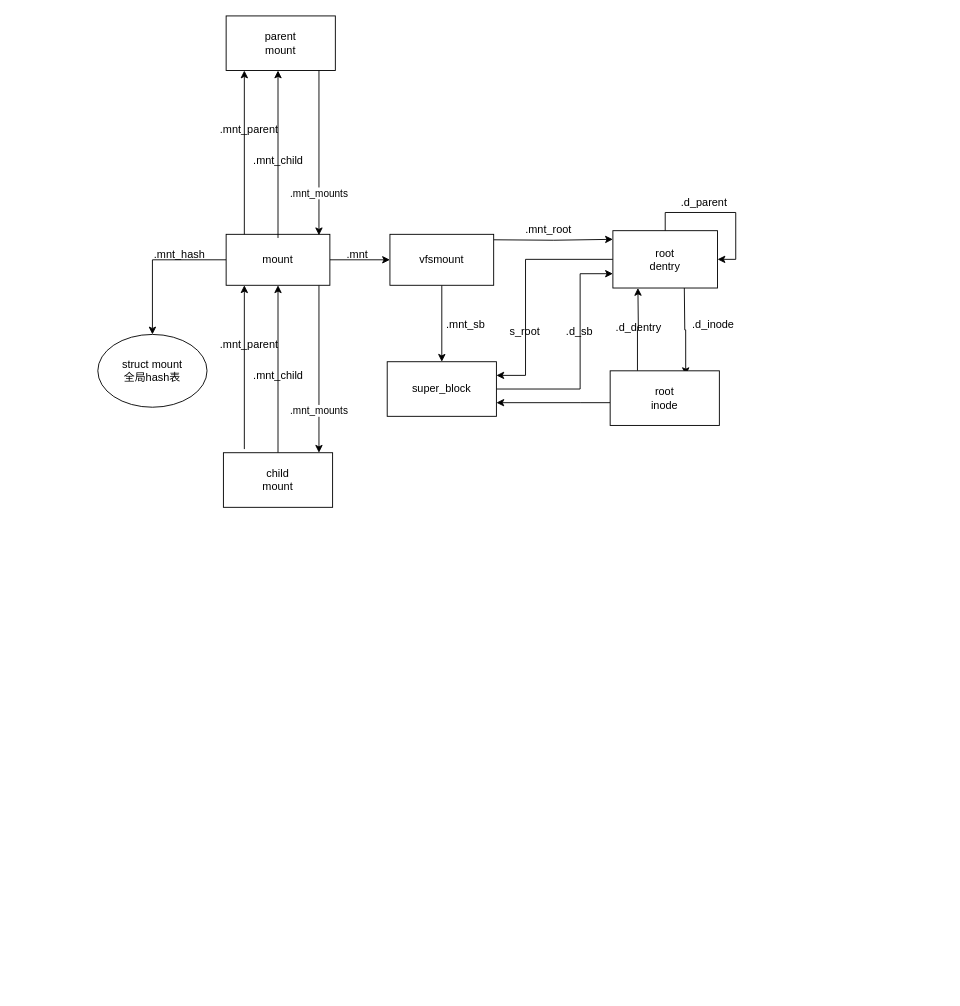
Above: page "第 1 页" (1 of 2) of images/mount.drawio in Leakbox258/leakbox258.github.io (draw.io), before the change. Source tidied: cells renumbered, new cells numbered last; positions are measured from the earlier drawing's top-left corner, leaving out a move shared by most shapes. Both pictures are drawn from the tidied source at 91%, with x=0, y=0 at pixel (97, 15).
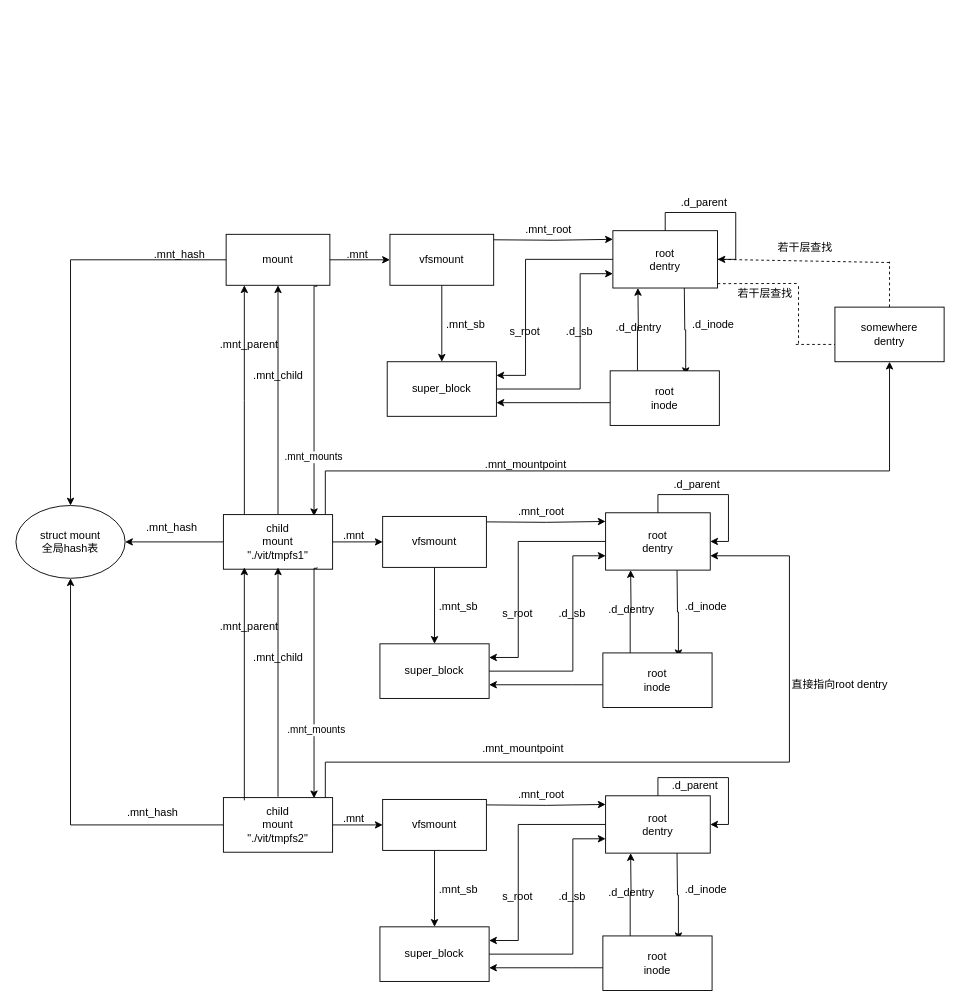
The same page after the edit.

Unchanged cells that the change refers to:
```xml
<mxCell id="12" value="root&lt;div&gt;dentry&lt;/div&gt;" style="rounded=0;whiteSpace=wrap;html=1;" parent="1" vertex="1">
  <mxGeometry x="566" y="236" width="115" height="63" as="geometry" />
</mxCell>
```

The edit, as a diff of the source:
```diff
@@
-    <mxCell id="4" style="edgeStyle=orthogonalEdgeStyle;rounded=0;orthogonalLoop=1;jettySize=auto;html=1;" parent="1" edge="1">
+    <mxCell id="4" style="edgeStyle=orthogonalEdgeStyle;rounded=0;orthogonalLoop=1;jettySize=auto;html=1;entryX=0.847;entryY=0.061;entryDx=0;entryDy=0;entryPerimeter=0;" parent="1" edge="1">
       <mxGeometry relative="1" as="geometry">
-        <mxPoint x="243" y="296" as="sourcePoint" />
-        <mxPoint x="243" y="480" as="targetPoint" />
+        <mxPoint x="241" y="296" as="sourcePoint" />
+        <mxPoint x="237.6" y="549.7" as="targetPoint" />
+        <Array as="points">
+          <mxPoint x="241" y="297" />
+          <mxPoint x="238" y="297" />
+        </Array>
       </mxGeometry>
     </mxCell>
@@
     <mxCell id="18" value="struct mount&lt;div&gt;全局hash表&lt;/div&gt;" style="ellipse;whiteSpace=wrap;html=1;" parent="1" vertex="1">
-      <mxGeometry y="350" width="120" height="80" as="geometry" />
+      <mxGeometry x="-90" y="538" width="120" height="80" as="geometry" />
     </mxCell>
@@
-    <mxCell id="29" style="edgeStyle=orthogonalEdgeStyle;rounded=0;orthogonalLoop=1;jettySize=auto;html=1;" parent="1" edge="1">
+    <mxCell id="29" style="edgeStyle=orthogonalEdgeStyle;rounded=0;jettySize=auto;html=1;exitX=0.192;exitY=0.067;exitDx=0;exitDy=0;exitPerimeter=0;" parent="1" edge="1" source="31">
       <mxGeometry relative="1" as="geometry">
-        <mxPoint x="161" y="476" as="sourcePoint" />
         <mxPoint x="161" y="296" as="targetPoint" />
       </mxGeometry>
     </mxCell>
@@
+    <mxCell id="41" style="edgeStyle=orthogonalEdgeStyle;rounded=0;jettySize=auto;html=1;entryX=0;entryY=0.5;entryDx=0;entryDy=0;" parent="1" edge="1" source="31" target="46">
+      <mxGeometry relative="1" as="geometry" />
+    </mxCell>
+    <mxCell id="42" style="edgeStyle=orthogonalEdgeStyle;rounded=0;jettySize=auto;html=1;entryX=0.5;entryY=1;entryDx=0;entryDy=0;" parent="1" edge="1" source="31" target="63">
+      <mxGeometry relative="1" as="geometry">
+        <Array as="points">
+          <mxPoint x="250" y="500" />
+          <mxPoint x="870" y="500" />
+        </Array>
+      </mxGeometry>
+    </mxCell>
+    <mxCell id="43" style="edgeStyle=orthogonalEdgeStyle;rounded=0;jettySize=auto;html=1;entryX=1;entryY=0.5;entryDx=0;entryDy=0;" parent="1" edge="1" source="31" target="18">
+      <mxGeometry relative="1" as="geometry" />
+    </mxCell>
-    <mxCell id="31" value="child&lt;div&gt;mount&lt;/div&gt;" style="rounded=0;whiteSpace=wrap;html=1;" parent="1" vertex="1">
-      <mxGeometry x="138" y="480" width="120" height="60" as="geometry" />
+    <mxCell id="31" value="child&lt;div&gt;&lt;div&gt;mount&lt;/div&gt;&lt;/div&gt;&lt;div&gt;&quot;./vit/tmpfs1&quot;&lt;/div&gt;" style="rounded=0;whiteSpace=wrap;html=1;" parent="1" vertex="1">
+      <mxGeometry x="138" y="548" width="120" height="60" as="geometry" />
     </mxCell>
@@
-    <mxCell id="34" style="edgeStyle=orthogonalEdgeStyle;rounded=0;orthogonalLoop=1;jettySize=auto;html=1;" parent="1" edge="1">
-      <mxGeometry relative="1" as="geometry">
-        <mxPoint x="243" y="57" as="sourcePoint" />
-        <mxPoint x="243" y="241" as="targetPoint" />
-      </mxGeometry>
-    </mxCell>
+    <mxCell id="44" style="edgeStyle=orthogonalEdgeStyle;rounded=0;orthogonalLoop=1;jettySize=auto;html=1;entryX=0;entryY=0.5;entryDx=0;entryDy=0;" parent="1" edge="1">
+      <mxGeometry relative="1" as="geometry">
+        <mxPoint x="427" y="556" as="sourcePoint" />
+        <mxPoint x="558" y="555.5" as="targetPoint" />
+      </mxGeometry>
+    </mxCell>
+    <mxCell id="45" style="edgeStyle=orthogonalEdgeStyle;rounded=0;jettySize=auto;html=1;" parent="1" edge="1" source="46" target="54">
+      <mxGeometry relative="1" as="geometry" />
+    </mxCell>
+    <mxCell id="46" value="vfsmount" style="rounded=0;whiteSpace=wrap;html=1;" parent="1" vertex="1">
+      <mxGeometry x="313" y="550" width="114" height="56" as="geometry" />
+    </mxCell>
+    <mxCell id="47" style="edgeStyle=orthogonalEdgeStyle;rounded=0;jettySize=auto;html=1;entryX=0.692;entryY=0.078;entryDx=0;entryDy=0;entryPerimeter=0;" parent="1" edge="1" target="52">
+      <mxGeometry relative="1" as="geometry">
+        <mxPoint x="636.5" y="609" as="sourcePoint" />
+      </mxGeometry>
+    </mxCell>
+    <mxCell id="48" style="edgeStyle=orthogonalEdgeStyle;rounded=0;jettySize=auto;html=1;entryX=1;entryY=0.25;entryDx=0;entryDy=0;" parent="1" edge="1" source="49" target="54">
+      <mxGeometry relative="1" as="geometry">
+        <Array as="points">
+          <mxPoint x="462" y="578" />
+          <mxPoint x="462" y="705" />
+        </Array>
+      </mxGeometry>
+    </mxCell>
+    <mxCell id="49" value="root&lt;div&gt;dentry&lt;/div&gt;" style="rounded=0;whiteSpace=wrap;html=1;" parent="1" vertex="1">
+      <mxGeometry x="558" y="546" width="115" height="63" as="geometry" />
+    </mxCell>
+    <mxCell id="50" style="edgeStyle=orthogonalEdgeStyle;rounded=0;jettySize=auto;html=1;entryX=0.5;entryY=1;entryDx=0;entryDy=0;exitX=0.25;exitY=0;exitDx=0;exitDy=0;" parent="1" edge="1" source="52">
+      <mxGeometry relative="1" as="geometry">
+        <mxPoint x="585.5" y="609" as="targetPoint" />
+      </mxGeometry>
+    </mxCell>
+    <mxCell id="51" style="edgeStyle=orthogonalEdgeStyle;rounded=0;jettySize=auto;html=1;entryX=1;entryY=0.75;entryDx=0;entryDy=0;" parent="1" edge="1" source="52" target="54">
+      <mxGeometry relative="1" as="geometry">
+        <Array as="points">
+          <mxPoint x="522" y="735" />
+          <mxPoint x="522" y="735" />
+        </Array>
+      </mxGeometry>
+    </mxCell>
+    <mxCell id="52" value="&lt;div&gt;root&lt;/div&gt;&lt;div&gt;inode&lt;/div&gt;" style="rounded=0;whiteSpace=wrap;html=1;" parent="1" vertex="1">
+      <mxGeometry x="555" y="700" width="120" height="60" as="geometry" />
+    </mxCell>
+    <mxCell id="53" style="edgeStyle=orthogonalEdgeStyle;rounded=0;jettySize=auto;html=1;entryX=0;entryY=0.75;entryDx=0;entryDy=0;" parent="1" edge="1" source="54" target="49">
+      <mxGeometry relative="1" as="geometry">
+        <Array as="points">
+          <mxPoint x="522" y="720" />
+          <mxPoint x="522" y="593" />
+        </Array>
+      </mxGeometry>
+    </mxCell>
+    <mxCell id="54" value="super_block" style="rounded=0;whiteSpace=wrap;html=1;" parent="1" vertex="1">
+      <mxGeometry x="310" y="690" width="120" height="60" as="geometry" />
+    </mxCell>
+    <mxCell id="55" style="edgeStyle=orthogonalEdgeStyle;rounded=0;orthogonalLoop=1;jettySize=auto;html=1;entryX=1;entryY=0.5;entryDx=0;entryDy=0;" parent="1" edge="1" source="49" target="49">
+      <mxGeometry relative="1" as="geometry" />
+    </mxCell>
+    <mxCell id="56" value=".d_parent" style="text;html=1;align=center;verticalAlign=middle;strokeColor=none;fillColor=none;" parent="1" vertex="1">
+      <mxGeometry x="623" y="500" width="70" height="30" as="geometry" />
+    </mxCell>
+    <mxCell id="57" value=".mnt_root" style="text;html=1;align=center;verticalAlign=middle;strokeColor=none;fillColor=none;" parent="1" vertex="1">
+      <mxGeometry x="452" y="530" width="70" height="30" as="geometry" />
+    </mxCell>
+    <mxCell id="58" value=".d_dentry" style="text;html=1;align=center;verticalAlign=middle;strokeColor=none;fillColor=none;" parent="1" vertex="1">
+      <mxGeometry x="551" y="638" width="70" height="30" as="geometry" />
+    </mxCell>
+    <mxCell id="59" value=".d_inode" style="text;html=1;align=center;verticalAlign=middle;strokeColor=none;fillColor=none;" parent="1" vertex="1">
+      <mxGeometry x="633" y="634" width="70" height="30" as="geometry" />
+    </mxCell>
+    <mxCell id="60" value=".mnt_sb" style="text;html=1;align=center;verticalAlign=middle;strokeColor=none;fillColor=none;" parent="1" vertex="1">
+      <mxGeometry x="361" y="634" width="70" height="30" as="geometry" />
+    </mxCell>
+    <mxCell id="61" value=".d_sb" style="text;html=1;align=center;verticalAlign=middle;strokeColor=none;fillColor=none;" parent="1" vertex="1">
+      <mxGeometry x="496" y="642" width="50" height="30" as="geometry" />
+    </mxCell>
+    <mxCell id="62" value="s_root" style="text;html=1;align=center;verticalAlign=middle;strokeColor=none;fillColor=none;" parent="1" vertex="1">
+      <mxGeometry x="431" y="642" width="60" height="30" as="geometry" />
+    </mxCell>
+    <mxCell id="63" value="somewhere&lt;div&gt;dentry&lt;/div&gt;" style="rounded=0;whiteSpace=wrap;html=1;" parent="1" vertex="1">
+      <mxGeometry x="810" y="320" width="120" height="60" as="geometry" />
+    </mxCell>
+    <mxCell id="64" value=".mnt" style="text;html=1;align=center;verticalAlign=middle;strokeColor=none;fillColor=none;" parent="1" vertex="1">
+      <mxGeometry x="256" y="556" width="50" height="30" as="geometry" />
+    </mxCell>
+    <mxCell id="65" value=".mnt_hash" style="text;html=1;align=center;verticalAlign=middle;strokeColor=none;fillColor=none;" parent="1" vertex="1">
+      <mxGeometry x="41" y="548" width="80" height="30" as="geometry" />
+    </mxCell>
+    <mxCell id="66" value=".mnt_mountpoint" style="text;html=1;align=center;verticalAlign=middle;strokeColor=none;fillColor=none;" parent="1" vertex="1">
+      <mxGeometry x="415" y="478" width="110" height="30" as="geometry" />
+    </mxCell>
+    <mxCell id="67" style="endArrow=none;dashed=1;html=1;rounded=0;" parent="1" edge="1">
+      <mxGeometry relative="1" as="geometry">
+        <mxPoint x="870" y="320" as="sourcePoint" />
+        <mxPoint x="870" y="270" as="targetPoint" />
+      </mxGeometry>
+    </mxCell>
+    <mxCell id="68" style="endArrow=none;dashed=1;html=1;rounded=0;exitX=1;exitY=0.5;exitDx=0;exitDy=0;" parent="1" edge="1" source="12">
+      <mxGeometry relative="1" as="geometry">
+        <mxPoint x="870" y="271" as="targetPoint" />
+      </mxGeometry>
+    </mxCell>
+    <mxCell id="69" value="若干层查找" style="text;html=1;align=center;verticalAlign=middle;strokeColor=none;fillColor=none;" parent="1" vertex="1">
+      <mxGeometry x="737" y="240" width="80" height="30" as="geometry" />
+    </mxCell>
+    <mxCell id="70" style="endArrow=none;dashed=1;html=1;rounded=0;exitX=1;exitY=0.75;exitDx=0;exitDy=0;" parent="1" edge="1">
+      <mxGeometry relative="1" as="geometry">
+        <mxPoint x="681" y="294.2" as="sourcePoint" />
+        <mxPoint x="770" y="294" as="targetPoint" />
+      </mxGeometry>
+    </mxCell>
+    <mxCell id="71" style="endArrow=none;dashed=1;html=1;rounded=0;" parent="1" edge="1">
+      <mxGeometry relative="1" as="geometry">
+        <mxPoint x="770" y="360" as="sourcePoint" />
+        <mxPoint x="770" y="296" as="targetPoint" />
+      </mxGeometry>
+    </mxCell>
+    <mxCell id="72" style="endArrow=none;dashed=1;html=1;rounded=0;" parent="1" edge="1">
+      <mxGeometry relative="1" as="geometry">
+        <mxPoint x="767" y="361" as="sourcePoint" />
+        <mxPoint x="810" y="361" as="targetPoint" />
+      </mxGeometry>
+    </mxCell>
+    <mxCell id="73" value="若干层查找" style="text;html=1;align=center;verticalAlign=middle;strokeColor=none;fillColor=none;" parent="1" vertex="1">
+      <mxGeometry x="693" y="290" width="80" height="30" as="geometry" />
+    </mxCell>
+    <mxCell id="74" style="edgeStyle=orthogonalEdgeStyle;rounded=0;jettySize=auto;html=1;entryX=0;entryY=0.5;entryDx=0;entryDy=0;" parent="1" edge="1" source="77" target="80">
+      <mxGeometry relative="1" as="geometry" />
+    </mxCell>
+    <mxCell id="75" style="edgeStyle=orthogonalEdgeStyle;rounded=0;jettySize=auto;html=1;entryX=1;entryY=0.75;entryDx=0;entryDy=0;" parent="1" edge="1" source="77" target="49">
+      <mxGeometry relative="1" as="geometry">
+        <Array as="points">
+          <mxPoint x="250" y="820" />
+          <mxPoint x="760" y="820" />
+          <mxPoint x="760" y="593" />
+        </Array>
+      </mxGeometry>
+    </mxCell>
+    <mxCell id="76" style="edgeStyle=orthogonalEdgeStyle;rounded=0;jettySize=auto;html=1;entryX=0.5;entryY=1;entryDx=0;entryDy=0;" parent="1" edge="1" source="77" target="18">
+      <mxGeometry relative="1" as="geometry" />
+    </mxCell>
+    <mxCell id="77" value="child&lt;div&gt;mount&lt;/div&gt;&lt;div&gt;&quot;./vit/tmpfs2&quot;&lt;/div&gt;" style="rounded=0;whiteSpace=wrap;html=1;" parent="1" vertex="1">
+      <mxGeometry x="138" y="859" width="120" height="60" as="geometry" />
+    </mxCell>
+    <mxCell id="78" style="edgeStyle=orthogonalEdgeStyle;rounded=0;orthogonalLoop=1;jettySize=auto;html=1;entryX=0;entryY=0.5;entryDx=0;entryDy=0;" parent="1" edge="1">
+      <mxGeometry relative="1" as="geometry">
+        <mxPoint x="427" y="867" as="sourcePoint" />
+        <mxPoint x="558" y="866.5" as="targetPoint" />
+      </mxGeometry>
+    </mxCell>
+    <mxCell id="79" style="edgeStyle=orthogonalEdgeStyle;rounded=0;jettySize=auto;html=1;" parent="1" edge="1" source="80" target="88">
+      <mxGeometry relative="1" as="geometry" />
+    </mxCell>
+    <mxCell id="80" value="vfsmount" style="rounded=0;whiteSpace=wrap;html=1;" parent="1" vertex="1">
+      <mxGeometry x="313" y="861" width="114" height="56" as="geometry" />
+    </mxCell>
+    <mxCell id="81" style="edgeStyle=orthogonalEdgeStyle;rounded=0;jettySize=auto;html=1;entryX=0.692;entryY=0.078;entryDx=0;entryDy=0;entryPerimeter=0;" parent="1" edge="1" target="86">
+      <mxGeometry relative="1" as="geometry">
+        <mxPoint x="636.5" y="920" as="sourcePoint" />
+      </mxGeometry>
+    </mxCell>
+    <mxCell id="82" style="edgeStyle=orthogonalEdgeStyle;rounded=0;jettySize=auto;html=1;entryX=1;entryY=0.25;entryDx=0;entryDy=0;" parent="1" edge="1" source="83" target="88">
+      <mxGeometry relative="1" as="geometry">
+        <Array as="points">
+          <mxPoint x="462" y="889" />
+          <mxPoint x="462" y="1016" />
+        </Array>
+      </mxGeometry>
+    </mxCell>
+    <mxCell id="83" value="root&lt;div&gt;dentry&lt;/div&gt;" style="rounded=0;whiteSpace=wrap;html=1;" parent="1" vertex="1">
+      <mxGeometry x="558" y="857" width="115" height="63" as="geometry" />
+    </mxCell>
+    <mxCell id="84" style="edgeStyle=orthogonalEdgeStyle;rounded=0;jettySize=auto;html=1;entryX=0.5;entryY=1;entryDx=0;entryDy=0;exitX=0.25;exitY=0;exitDx=0;exitDy=0;" parent="1" edge="1" source="86">
+      <mxGeometry relative="1" as="geometry">
+        <mxPoint x="585.5" y="920" as="targetPoint" />
+      </mxGeometry>
+    </mxCell>
+    <mxCell id="85" style="edgeStyle=orthogonalEdgeStyle;rounded=0;jettySize=auto;html=1;entryX=1;entryY=0.75;entryDx=0;entryDy=0;" parent="1" edge="1" source="86" target="88">
+      <mxGeometry relative="1" as="geometry">
+        <Array as="points">
+          <mxPoint x="522" y="1046" />
+          <mxPoint x="522" y="1046" />
+        </Array>
+      </mxGeometry>
+    </mxCell>
+    <mxCell id="86" value="&lt;div&gt;root&lt;/div&gt;&lt;div&gt;inode&lt;/div&gt;" style="rounded=0;whiteSpace=wrap;html=1;" parent="1" vertex="1">
+      <mxGeometry x="555" y="1011" width="120" height="60" as="geometry" />
+    </mxCell>
+    <mxCell id="87" style="edgeStyle=orthogonalEdgeStyle;rounded=0;jettySize=auto;html=1;entryX=0;entryY=0.75;entryDx=0;entryDy=0;" parent="1" edge="1" source="88" target="83">
+      <mxGeometry relative="1" as="geometry">
+        <Array as="points">
+          <mxPoint x="522" y="1031" />
+          <mxPoint x="522" y="904" />
+        </Array>
+      </mxGeometry>
+    </mxCell>
+    <mxCell id="88" value="super_block" style="rounded=0;whiteSpace=wrap;html=1;" parent="1" vertex="1">
+      <mxGeometry x="310" y="1001" width="120" height="60" as="geometry" />
+    </mxCell>
+    <mxCell id="89" style="edgeStyle=orthogonalEdgeStyle;rounded=0;orthogonalLoop=1;jettySize=auto;html=1;entryX=1;entryY=0.5;entryDx=0;entryDy=0;" parent="1" edge="1" source="83" target="83">
+      <mxGeometry relative="1" as="geometry" />
+    </mxCell>
+    <mxCell id="90" value=".d_parent" style="text;html=1;align=center;verticalAlign=middle;strokeColor=none;fillColor=none;" parent="1" vertex="1">
+      <mxGeometry x="621" y="831" width="70" height="30" as="geometry" />
+    </mxCell>
+    <mxCell id="91" value=".mnt_root" style="text;html=1;align=center;verticalAlign=middle;strokeColor=none;fillColor=none;" parent="1" vertex="1">
+      <mxGeometry x="452" y="841" width="70" height="30" as="geometry" />
+    </mxCell>
+    <mxCell id="92" value=".d_dentry" style="text;html=1;align=center;verticalAlign=middle;strokeColor=none;fillColor=none;" parent="1" vertex="1">
+      <mxGeometry x="551" y="949" width="70" height="30" as="geometry" />
+    </mxCell>
+    <mxCell id="93" value=".d_inode" style="text;html=1;align=center;verticalAlign=middle;strokeColor=none;fillColor=none;" parent="1" vertex="1">
+      <mxGeometry x="633" y="945" width="70" height="30" as="geometry" />
+    </mxCell>
+    <mxCell id="94" value=".mnt_sb" style="text;html=1;align=center;verticalAlign=middle;strokeColor=none;fillColor=none;" parent="1" vertex="1">
+      <mxGeometry x="361" y="945" width="70" height="30" as="geometry" />
+    </mxCell>
+    <mxCell id="95" value=".d_sb" style="text;html=1;align=center;verticalAlign=middle;strokeColor=none;fillColor=none;" parent="1" vertex="1">
+      <mxGeometry x="496" y="953" width="50" height="30" as="geometry" />
+    </mxCell>
+    <mxCell id="96" value="s_root" style="text;html=1;align=center;verticalAlign=middle;strokeColor=none;fillColor=none;" parent="1" vertex="1">
+      <mxGeometry x="431" y="953" width="60" height="30" as="geometry" />
+    </mxCell>
+    <mxCell id="97" value=".mnt" style="text;html=1;align=center;verticalAlign=middle;strokeColor=none;fillColor=none;" parent="1" vertex="1">
+      <mxGeometry x="256" y="867" width="50" height="30" as="geometry" />
+    </mxCell>
+    <mxCell id="98" value=".mnt_mountpoint" style="text;html=1;align=center;verticalAlign=middle;strokeColor=none;fillColor=none;" parent="1" vertex="1">
+      <mxGeometry x="412" y="790" width="110" height="30" as="geometry" />
+    </mxCell>
+    <mxCell id="99" style="edgeStyle=orthogonalEdgeStyle;rounded=0;orthogonalLoop=1;jettySize=auto;html=1;entryX=0.847;entryY=0.061;entryDx=0;entryDy=0;entryPerimeter=0;" parent="1" edge="1">
+      <mxGeometry relative="1" as="geometry">
+        <mxPoint x="241" y="606" as="sourcePoint" />
+        <mxPoint x="237.6" y="859.7" as="targetPoint" />
+        <Array as="points">
+          <mxPoint x="241" y="607" />
+          <mxPoint x="238" y="607" />
+        </Array>
+      </mxGeometry>
+    </mxCell>
-    <mxCell id="35" value=".mnt_mounts" style="edgeLabel;html=1;align=center;verticalAlign=middle;" parent="34" vertex="1">
-      <mxGeometry x="0.49" y="-1" relative="1" as="geometry" />
+    <mxCell id="35" value=".mnt_mounts" style="edgeLabel;html=1;align=center;verticalAlign=middle;" parent="99" vertex="1">
+      <mxGeometry x="0.49" y="-1" relative="1" as="geometry">
+        <mxPoint x="3" y="-10" as="offset" />
+      </mxGeometry>
     </mxCell>
-    <mxCell id="36" style="edgeStyle=orthogonalEdgeStyle;rounded=0;orthogonalLoop=1;jettySize=auto;html=1;" parent="1" edge="1">
-      <mxGeometry relative="1" as="geometry">
-        <mxPoint x="161" y="240" as="sourcePoint" />
-        <mxPoint x="161" y="60" as="targetPoint" />
-      </mxGeometry>
-    </mxCell>
-    <mxCell id="37" style="edgeStyle=orthogonalEdgeStyle;rounded=0;orthogonalLoop=1;jettySize=auto;html=1;entryX=0.5;entryY=1;entryDx=0;entryDy=0;" parent="1" edge="1">
-      <mxGeometry relative="1" as="geometry">
-        <mxPoint x="198" y="244" as="sourcePoint" />
-        <mxPoint x="198" y="60" as="targetPoint" />
-      </mxGeometry>
-    </mxCell>
+    <mxCell id="100" style="edgeStyle=orthogonalEdgeStyle;rounded=0;orthogonalLoop=1;jettySize=auto;html=1;exitX=0.192;exitY=0.067;exitDx=0;exitDy=0;exitPerimeter=0;" parent="1" edge="1">
+      <mxGeometry relative="1" as="geometry">
+        <mxPoint x="161" y="862" as="sourcePoint" />
+        <mxPoint x="161" y="606" as="targetPoint" />
+      </mxGeometry>
+    </mxCell>
+    <mxCell id="101" style="edgeStyle=orthogonalEdgeStyle;rounded=0;orthogonalLoop=1;jettySize=auto;html=1;entryX=0.5;entryY=1;entryDx=0;entryDy=0;" parent="1" edge="1">
+      <mxGeometry relative="1" as="geometry">
+        <mxPoint x="198" y="858" as="sourcePoint" />
+        <mxPoint x="198" y="606" as="targetPoint" />
+      </mxGeometry>
+    </mxCell>
     <mxCell id="38" value=".mnt_parent" style="text;html=1;align=center;verticalAlign=middle;strokeColor=none;fillColor=none;" parent="1" vertex="1">
-      <mxGeometry x="121" y="110" width="90" height="30" as="geometry" />
+      <mxGeometry x="121" y="656" width="90" height="30" as="geometry" />
     </mxCell>
     <mxCell id="39" value=".mnt_child" style="text;html=1;align=center;verticalAlign=middle;strokeColor=none;fillColor=none;" parent="1" vertex="1">
-      <mxGeometry x="158" y="144" width="80" height="30" as="geometry" />
+      <mxGeometry x="158" y="690" width="80" height="30" as="geometry" />
     </mxCell>
-    <mxCell id="40" value="parent&lt;div&gt;mount&lt;/div&gt;" style="rounded=0;whiteSpace=wrap;html=1;" parent="1" vertex="1">
-      <mxGeometry x="141" width="120" height="60" as="geometry" />
-    </mxCell>
+    <mxCell id="102" value=".mnt_hash" style="text;html=1;align=center;verticalAlign=middle;strokeColor=none;fillColor=none;" parent="1" vertex="1">
+      <mxGeometry x="20" y="861" width="80" height="30" as="geometry" />
+    </mxCell>
+    <mxCell id="103" value="直接指向root dentry" style="text;html=1;align=center;verticalAlign=middle;strokeColor=none;fillColor=none;" parent="1" vertex="1">
+      <mxGeometry x="750" y="720" width="130" height="30" as="geometry" />
+    </mxCell>
```
